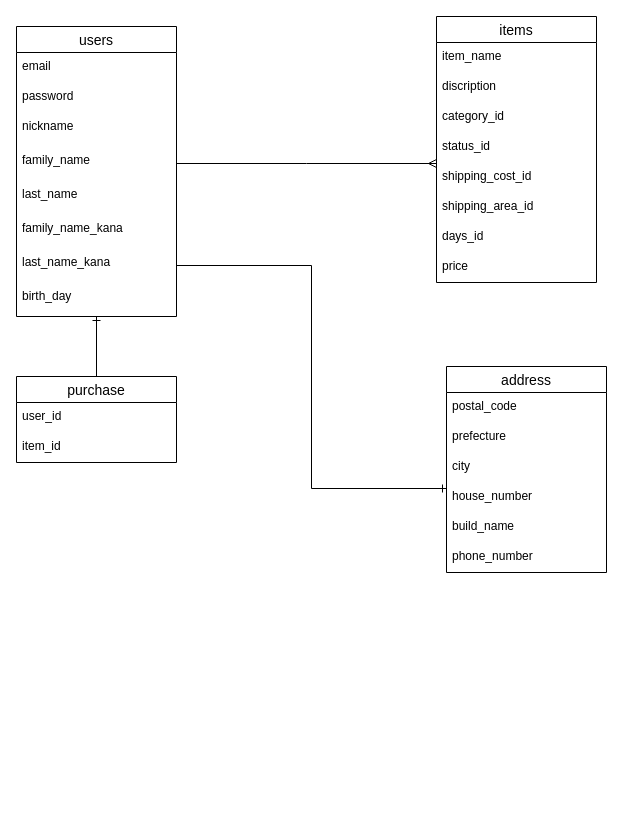
Before: furima3-34793.dio in hirotoroh/furima3-34793, a draw.io diagram. Source tidied: cells renumbered, new cells numbered last; positions are measured from the earlier drawing's top-left corner, leaving out a move shared by most shapes. Both pictures are drawn from the tidied source at 100%, with x=0, y=0 at pixel (16, 16).
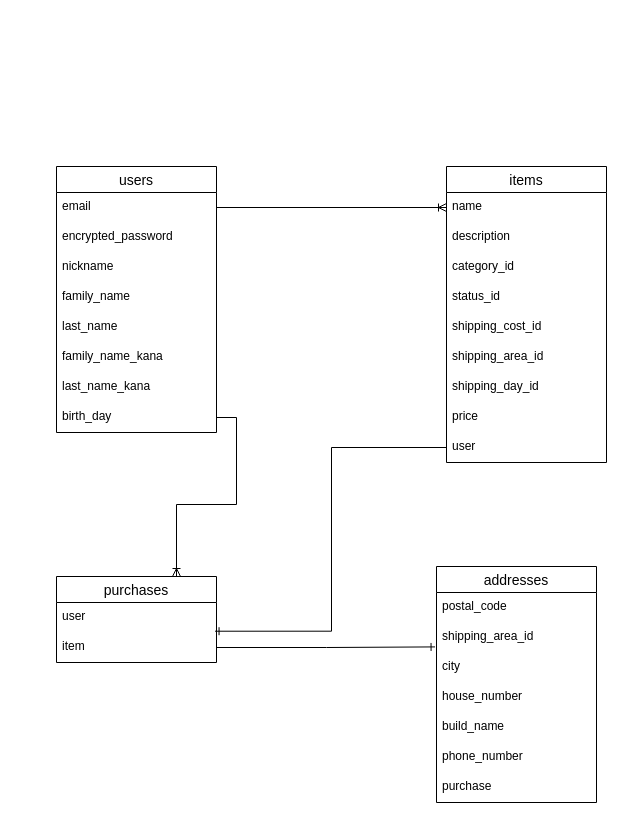
Above is the later version.

Commit message (it also covers changes not shown here):
データベース修正４

Unchanged cells that the change refers to:
```xml
<mxCell id="3" value="email" style="text;strokeColor=none;fillColor=none;spacingLeft=4;spacingRight=4;overflow=hidden;points=[[0,0.5],[1,0.5]];portConstraint=eastwest;fontSize=12;" parent="2" vertex="1">
  <mxGeometry y="26" width="160" height="30" as="geometry" />
</mxCell>
```

What changed in the source:
```diff
@@
     <mxCell id="2" value="users" style="swimlane;fontStyle=0;horizontal=1;startSize=26;align=center;fontSize=14;" parent="1" vertex="1">
-      <mxGeometry y="10" width="160" height="290" as="geometry" />
+      <mxGeometry x="40" y="150" width="160" height="266" as="geometry" />
     </mxCell>
@@
-    <mxCell id="4" value="password" style="text;strokeColor=none;fillColor=none;spacingLeft=4;spacingRight=4;overflow=hidden;fontSize=12;" parent="2" vertex="1">
-      <mxGeometry y="56" width="160" height="30" as="geometry" />
-    </mxCell>
+    <mxCell id="33" value="encrypted_password" style="text;strokeColor=none;fillColor=none;spacingLeft=4;spacingRight=4;overflow=hidden;fontSize=12;" parent="2" vertex="1">
+      <mxGeometry y="56" width="160" height="30" as="geometry" />
+    </mxCell>
     <mxCell id="5" value="nickname" style="text;strokeColor=none;fillColor=none;spacingLeft=4;spacingRight=4;overflow=hidden;fontSize=12;" parent="2" vertex="1">
-      <mxGeometry y="86" width="160" height="34" as="geometry" />
+      <mxGeometry y="86" width="160" height="30" as="geometry" />
     </mxCell>
     <mxCell id="6" value="family_name" style="text;strokeColor=none;fillColor=none;spacingLeft=4;spacingRight=4;overflow=hidden;points=[[0,0.5],[1,0.5]];portConstraint=eastwest;fontSize=12;" parent="2" vertex="1">
-      <mxGeometry y="120" width="160" height="34" as="geometry" />
+      <mxGeometry y="116" width="160" height="30" as="geometry" />
     </mxCell>
     <mxCell id="7" value="last_name" style="text;strokeColor=none;fillColor=none;spacingLeft=4;spacingRight=4;overflow=hidden;fontSize=12;" parent="2" vertex="1">
-      <mxGeometry y="154" width="160" height="34" as="geometry" />
+      <mxGeometry y="146" width="160" height="30" as="geometry" />
     </mxCell>
     <mxCell id="8" value="family_name_kana" style="text;strokeColor=none;fillColor=none;spacingLeft=4;spacingRight=4;overflow=hidden;fontSize=12;" parent="2" vertex="1">
-      <mxGeometry y="188" width="160" height="34" as="geometry" />
+      <mxGeometry y="176" width="160" height="30" as="geometry" />
     </mxCell>
     <mxCell id="9" value="last_name_kana" style="text;strokeColor=none;fillColor=none;spacingLeft=4;spacingRight=4;overflow=hidden;points=[[0,0.5],[1,0.5]];portConstraint=eastwest;fontSize=12;" parent="2" vertex="1">
-      <mxGeometry y="222" width="160" height="34" as="geometry" />
+      <mxGeometry y="206" width="160" height="30" as="geometry" />
     </mxCell>
     <mxCell id="10" value="birth_day" style="text;strokeColor=none;fillColor=none;spacingLeft=4;spacingRight=4;overflow=hidden;points=[[0,0.5],[1,0.5]];portConstraint=eastwest;fontSize=12;" parent="2" vertex="1">
-      <mxGeometry y="256" width="160" height="34" as="geometry" />
+      <mxGeometry y="236" width="160" height="30" as="geometry" />
     </mxCell>
     <mxCell id="11" value="items" style="swimlane;fontStyle=0;horizontal=1;startSize=26;align=center;fontSize=14;" parent="1" vertex="1">
-      <mxGeometry x="420" width="160" height="266" as="geometry" />
+      <mxGeometry x="430" y="150" width="160" height="296" as="geometry" />
     </mxCell>
-    <mxCell id="12" value="item_name" style="text;strokeColor=none;fillColor=none;spacingLeft=4;spacingRight=4;overflow=hidden;fontSize=12;" parent="11" vertex="1">
-      <mxGeometry y="26" width="160" height="30" as="geometry" />
-    </mxCell>
-    <mxCell id="13" value="discription" style="text;strokeColor=none;fillColor=none;spacingLeft=4;spacingRight=4;overflow=hidden;fontSize=12;" parent="11" vertex="1">
-      <mxGeometry y="56" width="160" height="30" as="geometry" />
-    </mxCell>
+    <mxCell id="34" value="name" style="text;strokeColor=none;fillColor=none;spacingLeft=4;spacingRight=4;overflow=hidden;points=[[0,0.5],[1,0.5]];portConstraint=eastwest;fontSize=12;" parent="11" vertex="1">
+      <mxGeometry y="26" width="160" height="30" as="geometry" />
+    </mxCell>
+    <mxCell id="35" value="description" style="text;strokeColor=none;fillColor=none;spacingLeft=4;spacingRight=4;overflow=hidden;fontSize=12;" parent="11" vertex="1">
+      <mxGeometry y="56" width="160" height="30" as="geometry" />
+    </mxCell>
@@
-    <mxCell id="18" value="days_id" style="text;strokeColor=none;fillColor=none;spacingLeft=4;spacingRight=4;overflow=hidden;fontSize=12;" parent="11" vertex="1">
-      <mxGeometry y="206" width="160" height="30" as="geometry" />
-    </mxCell>
+    <mxCell id="36" value="shipping_day_id" style="text;strokeColor=none;fillColor=none;spacingLeft=4;spacingRight=4;overflow=hidden;fontSize=12;" parent="11" vertex="1">
+      <mxGeometry y="206" width="160" height="30" as="geometry" />
+    </mxCell>
@@
-    <mxCell id="20" style="edgeStyle=orthogonalEdgeStyle;rounded=0;orthogonalLoop=1;jettySize=auto;html=1;exitX=0.5;exitY=0;exitDx=0;exitDy=0;endArrow=ERone;endFill=0;" parent="1" edge="1">
-      <mxGeometry relative="1" as="geometry">
-        <mxPoint x="80" y="360" as="sourcePoint" />
-        <mxPoint x="80" y="300" as="targetPoint" />
-      </mxGeometry>
-    </mxCell>
-    <mxCell id="21" value="address" style="swimlane;fontStyle=0;horizontal=1;startSize=26;align=center;fontSize=14;" parent="1" vertex="1">
-      <mxGeometry x="430" y="350" width="160" height="206" as="geometry" />
-    </mxCell>
+    <mxCell id="37" value="user" style="text;strokeColor=none;fillColor=none;spacingLeft=4;spacingRight=4;overflow=hidden;points=[[0,0.5],[1,0.5]];portConstraint=eastwest;fontSize=12;" parent="11" vertex="1">
+      <mxGeometry y="266" width="160" height="30" as="geometry" />
+    </mxCell>
+    <mxCell id="38" value="purchases" style="swimlane;fontStyle=0;horizontal=1;startSize=26;align=center;fontSize=14;" parent="1" vertex="1">
+      <mxGeometry x="40" y="560" width="160" height="86" as="geometry" />
+    </mxCell>
+    <mxCell id="39" value="user" style="text;strokeColor=none;fillColor=none;spacingLeft=4;spacingRight=4;overflow=hidden;fontSize=12;" parent="38" vertex="1">
+      <mxGeometry y="26" width="160" height="30" as="geometry" />
+    </mxCell>
+    <mxCell id="40" value="item" style="text;strokeColor=none;fillColor=none;spacingLeft=4;spacingRight=4;overflow=hidden;points=[[0,0.5],[1,0.5]];portConstraint=eastwest;fontSize=12;" parent="38" vertex="1">
+      <mxGeometry y="56" width="160" height="30" as="geometry" />
+    </mxCell>
+    <mxCell id="41" value="addresses" style="swimlane;fontStyle=0;horizontal=1;startSize=26;align=center;fontSize=14;" parent="1" vertex="1">
+      <mxGeometry x="420" y="550" width="160" height="236" as="geometry" />
+    </mxCell>
-    <mxCell id="22" value="postal_code" style="text;strokeColor=none;fillColor=none;spacingLeft=4;spacingRight=4;overflow=hidden;fontSize=12;" parent="21" vertex="1">
+    <mxCell id="22" value="postal_code" style="text;strokeColor=none;fillColor=none;spacingLeft=4;spacingRight=4;overflow=hidden;fontSize=12;" parent="41" vertex="1">
       <mxGeometry y="26" width="160" height="30" as="geometry" />
     </mxCell>
-    <mxCell id="23" value="prefecture" style="text;strokeColor=none;fillColor=none;spacingLeft=4;spacingRight=4;overflow=hidden;fontSize=12;" parent="21" vertex="1">
-      <mxGeometry y="56" width="160" height="30" as="geometry" />
-    </mxCell>
+    <mxCell id="42" value="shipping_area_id" style="text;strokeColor=none;fillColor=none;spacingLeft=4;spacingRight=4;overflow=hidden;points=[[0,0.5],[1,0.5]];portConstraint=eastwest;fontSize=12;" parent="41" vertex="1">
+      <mxGeometry y="56" width="160" height="30" as="geometry" />
+    </mxCell>
-    <mxCell id="24" value="city" style="text;strokeColor=none;fillColor=none;spacingLeft=4;spacingRight=4;overflow=hidden;fontSize=12;" parent="21" vertex="1">
+    <mxCell id="24" value="city" style="text;strokeColor=none;fillColor=none;spacingLeft=4;spacingRight=4;overflow=hidden;fontSize=12;" parent="41" vertex="1">
       <mxGeometry y="86" width="160" height="30" as="geometry" />
     </mxCell>
-    <mxCell id="25" value="house_number" style="text;strokeColor=none;fillColor=none;spacingLeft=4;spacingRight=4;overflow=hidden;points=[[0,0.5],[1,0.5]];portConstraint=eastwest;fontSize=12;" parent="21" vertex="1">
+    <mxCell id="25" value="house_number" style="text;strokeColor=none;fillColor=none;spacingLeft=4;spacingRight=4;overflow=hidden;points=[[0,0.5],[1,0.5]];portConstraint=eastwest;fontSize=12;" parent="41" vertex="1">
       <mxGeometry y="116" width="160" height="30" as="geometry" />
     </mxCell>
-    <mxCell id="26" value="build_name" style="text;strokeColor=none;fillColor=none;spacingLeft=4;spacingRight=4;overflow=hidden;fontSize=12;" parent="21" vertex="1">
+    <mxCell id="26" value="build_name" style="text;strokeColor=none;fillColor=none;spacingLeft=4;spacingRight=4;overflow=hidden;fontSize=12;" parent="41" vertex="1">
       <mxGeometry y="146" width="160" height="30" as="geometry" />
     </mxCell>
-    <mxCell id="27" value="phone_number" style="text;strokeColor=none;fillColor=none;spacingLeft=4;spacingRight=4;overflow=hidden;fontSize=12;" parent="21" vertex="1">
+    <mxCell id="27" value="phone_number" style="text;strokeColor=none;fillColor=none;spacingLeft=4;spacingRight=4;overflow=hidden;fontSize=12;" parent="41" vertex="1">
       <mxGeometry y="176" width="160" height="30" as="geometry" />
     </mxCell>
-    <mxCell id="28" style="edgeStyle=orthogonalEdgeStyle;rounded=0;jettySize=auto;html=1;exitX=1;exitY=0.5;exitDx=0;exitDy=0;endArrow=ERmany;endFill=0;" parent="1" edge="1" source="6">
-      <mxGeometry relative="1" as="geometry">
-        <mxPoint x="420" y="147" as="targetPoint" />
-      </mxGeometry>
-    </mxCell>
-    <mxCell id="29" style="edgeStyle=orthogonalEdgeStyle;rounded=0;jettySize=auto;html=1;entryX=0;entryY=0.2;entryDx=0;entryDy=0;entryPerimeter=0;endArrow=ERone;endFill=0;" parent="1" edge="1" source="9" target="25">
-      <mxGeometry relative="1" as="geometry" />
-    </mxCell>
-    <mxCell id="30" value="purchase" style="swimlane;fontStyle=0;horizontal=1;startSize=26;align=center;fontSize=14;" parent="1" vertex="1">
-      <mxGeometry y="360" width="160" height="86" as="geometry" />
+    <mxCell id="30" value="purchase" style="text;strokeColor=none;fillColor=none;spacingLeft=4;spacingRight=4;overflow=hidden;fontSize=12;" parent="41" vertex="1">
+      <mxGeometry y="206" width="160" height="30" as="geometry" />
     </mxCell>
-    <mxCell id="31" value="user_id" style="text;strokeColor=none;fillColor=none;spacingLeft=4;spacingRight=4;overflow=hidden;fontSize=12;" parent="30" vertex="1">
-      <mxGeometry y="26" width="160" height="30" as="geometry" />
-    </mxCell>
-    <mxCell id="32" value="item_id" style="text;strokeColor=none;fillColor=none;spacingLeft=4;spacingRight=4;overflow=hidden;fontSize=12;" parent="30" vertex="1">
-      <mxGeometry y="56" width="160" height="30" as="geometry" />
-    </mxCell>
+    <mxCell id="43" style="edgeStyle=orthogonalEdgeStyle;rounded=0;jettySize=auto;html=1;exitX=1;exitY=0.5;exitDx=0;exitDy=0;entryX=0;entryY=0.5;entryDx=0;entryDy=0;endArrow=ERoneToMany;endFill=0;" parent="1" edge="1" source="3" target="34">
+      <mxGeometry relative="1" as="geometry" />
+    </mxCell>
+    <mxCell id="44" style="edgeStyle=orthogonalEdgeStyle;rounded=0;jettySize=auto;html=1;exitX=1;exitY=0.5;exitDx=0;exitDy=0;entryX=0.75;entryY=0;entryDx=0;entryDy=0;endArrow=ERoneToMany;endFill=0;" parent="1" edge="1" source="10" target="38">
+      <mxGeometry relative="1" as="geometry" />
+    </mxCell>
+    <mxCell id="45" style="edgeStyle=orthogonalEdgeStyle;rounded=0;jettySize=auto;html=1;exitX=0;exitY=0.5;exitDx=0;exitDy=0;entryX=0.991;entryY=-0.043;entryDx=0;entryDy=0;entryPerimeter=0;endArrow=ERone;endFill=0;" parent="1" edge="1" source="37" target="40">
+      <mxGeometry relative="1" as="geometry" />
+    </mxCell>
+    <mxCell id="46" style="edgeStyle=orthogonalEdgeStyle;rounded=0;jettySize=auto;html=1;exitX=1;exitY=0.5;exitDx=0;exitDy=0;entryX=-0.009;entryY=0.814;entryDx=0;entryDy=0;entryPerimeter=0;endArrow=ERone;endFill=0;" parent="1" edge="1" source="40" target="42">
+      <mxGeometry relative="1" as="geometry" />
+    </mxCell>
```
